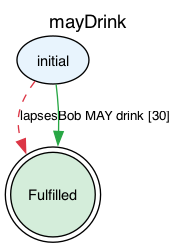
Earlier version of the Graphviz export jl4/examples/state-graphs/mayDrink.png (legalese/l4-ide). Its source is kept beside it as jl4/examples/state-graphs/mayDrink.dot. The source it was exported from:
```dot
digraph {
    graph [rankdir=TB
          ,label=mayDrink
          ,labelloc=t
          ,fontname=Helvetica
          ,fontsize=14];
    node [fontname=Helvetica
         ,fontsize=11];
    edge [fontname=Helvetica
         ,fontsize=10];
    0 [label=initial
      ,fillcolor=white
      ,style=filled
      ,shape=ellipse
      ,fillcolor="#e8f4fd"];
    1 [label=Fulfilled
      ,fillcolor=white
      ,style=filled
      ,shape=doublecircle
      ,fillcolor="#d4edda"];
    0 -> 1 [label=lapses
           ,color="#dc3545"
           ,style=dashed];
    0 -> 1 [label="Bob MAY drink [30]"
           ,color="#28a745"
           ,style=solid];
}
```
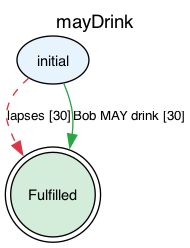
After the commit.

Change to the diagram source:
```diff
@@ -18,7 +18,7 @@
       ,style=filled
       ,shape=doublecircle
       ,fillcolor="#d4edda"];
-    0 -> 1 [label=lapses
+    0 -> 1 [label="lapses [30]"
            ,color="#dc3545"
            ,style=dashed];
     0 -> 1 [label="Bob MAY drink [30]"
```
